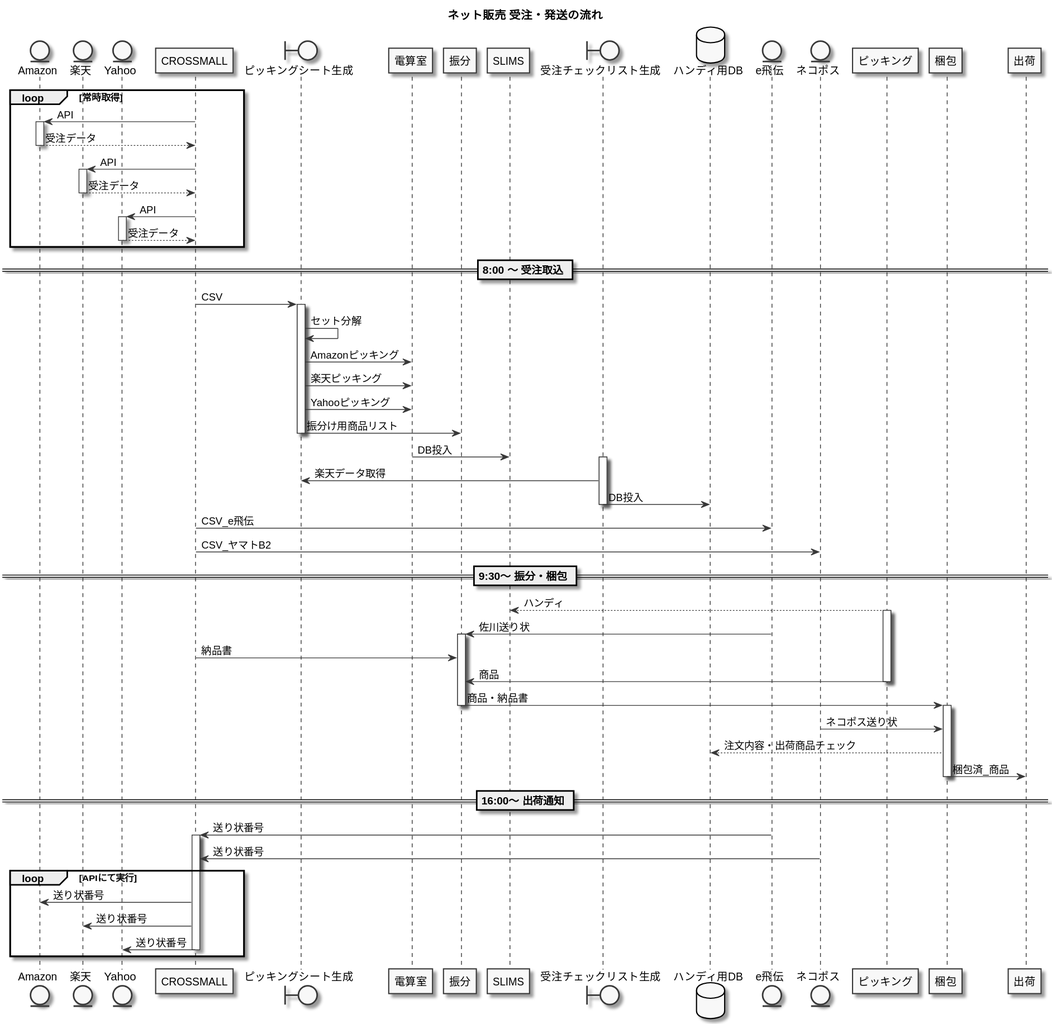
Before: out/recieving_orders_process/recieving_orders_process.svg, a diagram exported from PlantUML (amunenaga/ec-backyard-macro). Its source is kept beside it as recieving_orders_process.puml. The source it was exported from:
```plantuml
@startuml /uml/recieving_orders_process

skinparam monochrome true

title ネット販売 受注・発送の流れ

entity Amazon
entity 楽天
entity Yahoo

Loop 常時取得

    Amazon <- CROSSMALL :API
    activate Amazon
    Amazon --> CROSSMALL :受注データ
    deactivate Amazon

    楽天 <- CROSSMALL : API
    activate 楽天
    楽天 --> CROSSMALL : 受注データ
    deactivate 楽天

    Yahoo <- CROSSMALL : API
    activate Yahoo
    Yahoo --> CROSSMALL : 受注データ
    deactivate Yahoo
end

deactivate CROSSMALL

== 8:00 ～ 受注取込 ==

Boundary ピッキングシート生成
CROSSMALL -> ピッキングシート生成 : CSV

activate ピッキングシート生成

    ピッキングシート生成 -> ピッキングシート生成 : セット分解

    ピッキングシート生成 -> 電算室 : Amazonピッキング
    ピッキングシート生成 -> 電算室 : 楽天ピッキング
    ピッキングシート生成 -> 電算室 : Yahooピッキング


    ピッキングシート生成 -> 振分 : 振分け用商品リスト

deactivate ピッキングシート生成

電算室 -> SLIMS : DB投入

Boundary 受注チェックリスト生成

activate 受注チェックリスト生成
    ピッキングシート生成 <- 受注チェックリスト生成 : 楽天データ取得

    database ハンディ用DB
    受注チェックリスト生成 -> ハンディ用DB :DB投入

deactivate 受注チェックリスト生成

entity e飛伝
entity ネコポス

CROSSMALL -> e飛伝 :CSV_e飛伝
CROSSMALL -> ネコポス :CSV_ヤマトB2

== 9:30～ 振分・梱包 ==

SLIMS <-- ピッキング : ハンディ

activate ピッキング

    e飛伝 -> 振分 : 佐川送り状

    activate 振分

    CROSSMALL -> 振分 : 納品書
    ピッキング -> 振分 : 商品

deactivate ピッキング

    振分 -> 梱包 : 商品・納品書

    deactivate 振分

activate 梱包

    ネコポス -> 梱包 : ネコポス送り状

    ハンディ用DB <-- 梱包 : 注文内容・出荷商品チェック

    梱包 -> 出荷 : 梱包済_商品

deactivate 梱包

== 16:00～ 出荷通知 ==

e飛伝 -> CROSSMALL : 送り状番号
activate CROSSMALL
ネコポス -> CROSSMALL : 送り状番号

Loop APIにて実行
    CROSSMALL -> Amazon : 送り状番号
    CROSSMALL -> 楽天 : 送り状番号
    CROSSMALL -> Yahoo : 送り状番号
    deactivate CROSSMALL
end

@enduml
```
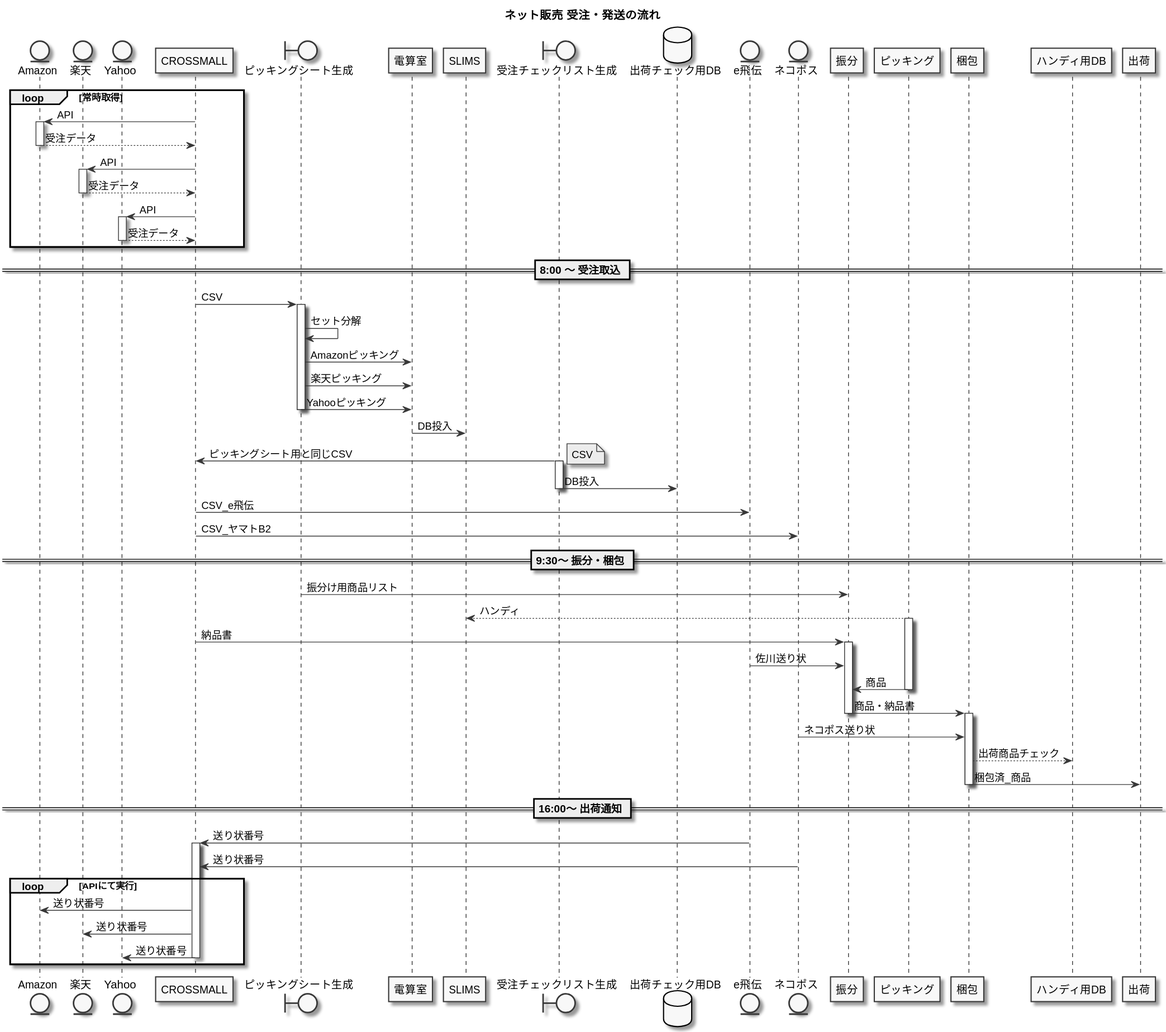
Later version of the same file.

Commit message:
受注処理のシーケンス図を修正

The edit, as a diff of the source:
```diff
@@ -31,6 +31,7 @@
 == 8:00 ～ 受注取込 ==
 
 Boundary ピッキングシート生成
+
 CROSSMALL -> ピッキングシート生成 : CSV
 
 activate ピッキングシート生成
@@ -41,20 +42,22 @@
     ピッキングシート生成 -> 電算室 : 楽天ピッキング
     ピッキングシート生成 -> 電算室 : Yahooピッキング
 
-
-    ピッキングシート生成 -> 振分 : 振分け用商品リスト
-
 deactivate ピッキングシート生成
 
 電算室 -> SLIMS : DB投入
 
 Boundary 受注チェックリスト生成
 
+CROSSMALL <- 受注チェックリスト生成 : ピッキングシート用と同じCSV
+
+Note Right
+    CSV
+end note
+
 activate 受注チェックリスト生成
-    ピッキングシート生成 <- 受注チェックリスト生成 : 楽天データ取得
 
-    database ハンディ用DB
-    受注チェックリスト生成 -> ハンディ用DB :DB投入
+    database 出荷チェック用DB
+    受注チェックリスト生成 -> 出荷チェック用DB :DB投入
 
 deactivate 受注チェックリスト生成
 
@@ -66,15 +69,16 @@
 
 == 9:30～ 振分・梱包 ==
 
+ピッキングシート生成 -> 振分 : 振分け用商品リスト
+
 SLIMS <-- ピッキング : ハンディ
 
 activate ピッキング
 
-    e飛伝 -> 振分 : 佐川送り状
+    CROSSMALL -> 振分 : 納品書
 
     activate 振分
-
-    CROSSMALL -> 振分 : 納品書
+    e飛伝 -> 振分 : 佐川送り状
     ピッキング -> 振分 : 商品
 
 deactivate ピッキング
@@ -87,7 +91,7 @@
 
     ネコポス -> 梱包 : ネコポス送り状
 
-    ハンディ用DB <-- 梱包 : 注文内容・出荷商品チェック
+    ハンディ用DB <-- 梱包 : 出荷商品チェック
 
     梱包 -> 出荷 : 梱包済_商品
 
```
